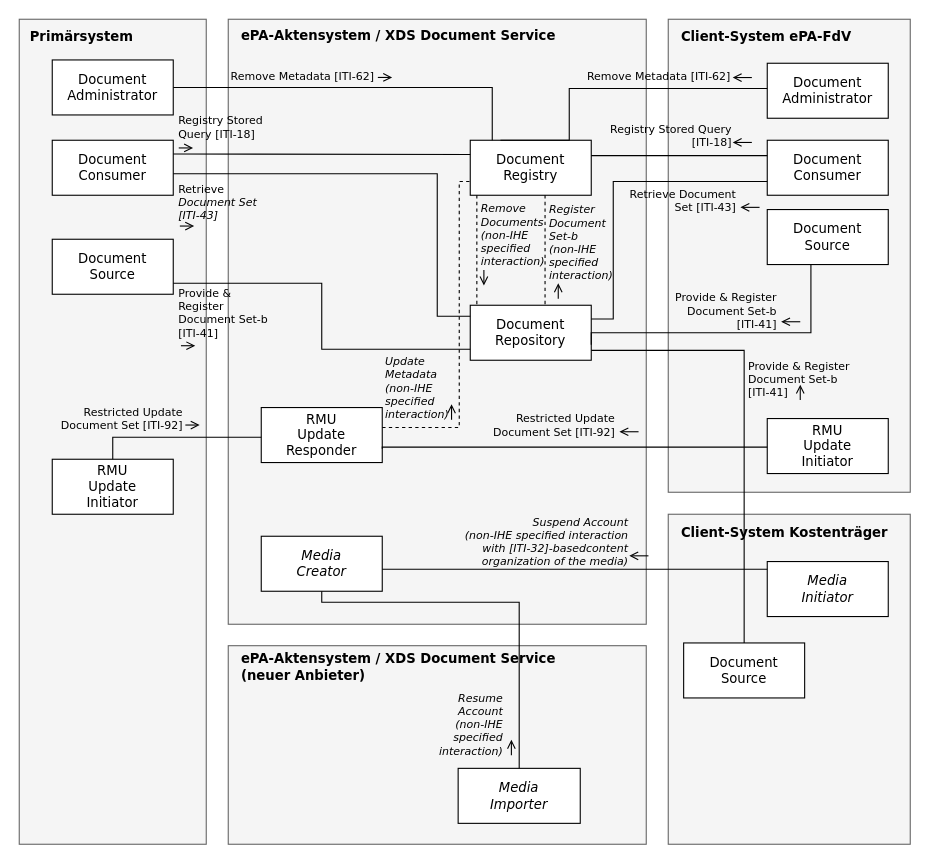
Before: page "Page-1" (1 of 2) of src/drawio/IHE-XDS-Transaktionsübersicht.drawio in gematik/ePA-Basic, a draw.io diagram. Source tidied: cells renumbered, new cells numbered last; positions are measured from the earlier drawing's top-left corner, leaving out a move shared by most shapes. Both pictures are drawn from the tidied source at 110%, with x=0, y=0 at pixel (19, 19).
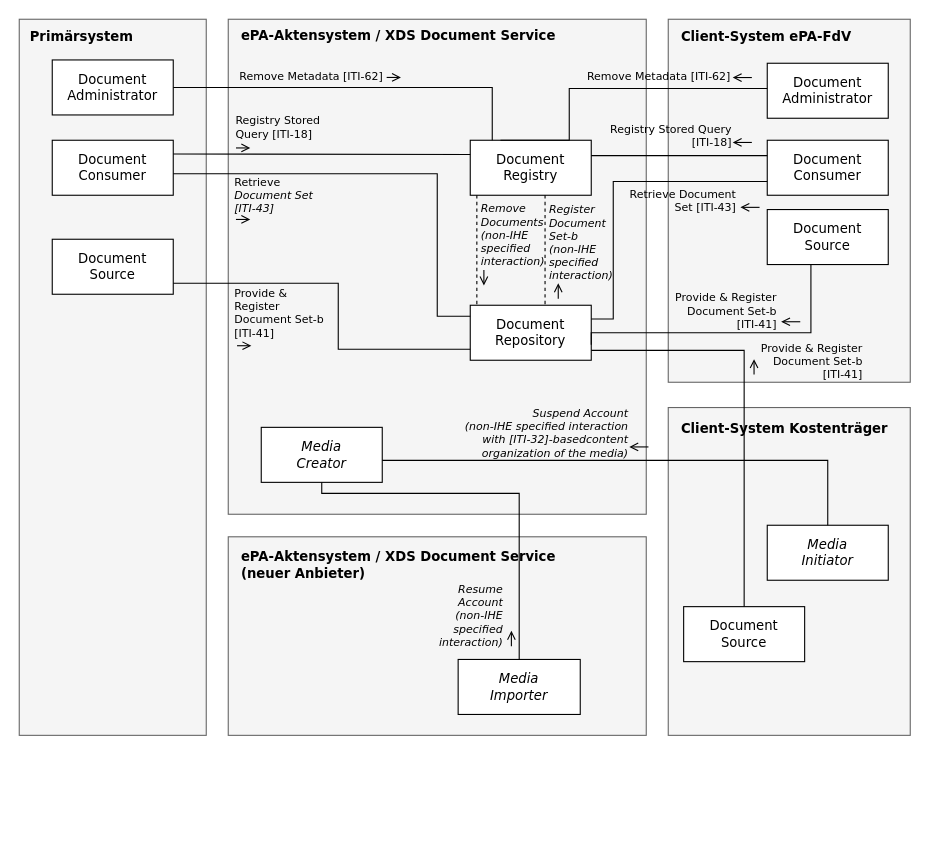
The same page after the edit.

The change refers to these unchanged cells:
```xml
<mxCell id="17" value="Document&lt;br&gt;Registry" style="html=1;whiteSpace=wrap;fontFamily=Verdana;" parent="1" vertex="1">
  <mxGeometry x="410" y="110" width="110" height="50" as="geometry" />
</mxCell>
```

Diff of the diagram source:
```diff
@@
     <mxCell id="2" style="rounded=0;whiteSpace=wrap;html=1;align=center;labelPosition=center;verticalLabelPosition=middle;verticalAlign=middle;fillColor=#f5f5f5;fontColor=#333333;strokeColor=#666666;fontFamily=Verdana;" parent="1" vertex="1">
-      <mxGeometry x="190" y="569.5" width="380" height="180.5" as="geometry" />
+      <mxGeometry x="190" y="470.5" width="380" height="180.5" as="geometry" />
     </mxCell>
     <mxCell id="3" style="rounded=0;whiteSpace=wrap;html=1;align=center;labelPosition=center;verticalLabelPosition=middle;verticalAlign=middle;fillColor=#F5F5F5;fontColor=#333333;strokeColor=#666666;fontFamily=Verdana;" parent="1" vertex="1">
-      <mxGeometry width="170" height="750" as="geometry" />
+      <mxGeometry width="170" height="651" as="geometry" />
     </mxCell>
@@
     <mxCell id="5" style="rounded=0;whiteSpace=wrap;html=1;align=center;labelPosition=center;verticalLabelPosition=middle;verticalAlign=middle;fillColor=#F5F5F5;fontColor=#333333;strokeColor=#666666;fontFamily=Verdana;" parent="1" vertex="1">
-      <mxGeometry x="190" width="380" height="550" as="geometry" />
+      <mxGeometry x="190" width="380" height="450" as="geometry" />
     </mxCell>
@@
     <mxCell id="7" style="rounded=0;whiteSpace=wrap;html=1;align=center;labelPosition=center;verticalLabelPosition=middle;verticalAlign=middle;fillColor=#F5F5F5;fontColor=#333333;strokeColor=#666666;fontFamily=Verdana;" parent="1" vertex="1">
-      <mxGeometry x="590" width="220" height="430" as="geometry" />
+      <mxGeometry x="590" width="220" height="330" as="geometry" />
     </mxCell>
@@
     <mxCell id="9" style="rounded=0;whiteSpace=wrap;html=1;align=center;labelPosition=center;verticalLabelPosition=middle;verticalAlign=middle;fillColor=#F5F5F5;fontColor=#333333;strokeColor=#666666;fontFamily=Verdana;" parent="1" vertex="1">
-      <mxGeometry x="590" y="450" width="220" height="300" as="geometry" />
+      <mxGeometry x="590" y="353" width="220" height="298" as="geometry" />
     </mxCell>
     <mxCell id="10" value="Client-System Kostenträger" style="text;html=1;strokeColor=none;fillColor=none;align=left;verticalAlign=middle;whiteSpace=wrap;rounded=0;fontStyle=1;fontFamily=Verdana;" parent="1" vertex="1">
-      <mxGeometry x="600" y="452" width="210" height="30" as="geometry" />
+      <mxGeometry x="600" y="358" width="210" height="30" as="geometry" />
     </mxCell>
@@
     <mxCell id="15" value="Document&lt;br&gt;Source" style="html=1;whiteSpace=wrap;fontFamily=Verdana;" parent="1" vertex="1">
-      <mxGeometry x="604" y="567" width="110" height="50" as="geometry" />
+      <mxGeometry x="604" y="534" width="110" height="50" as="geometry" />
     </mxCell>
     <mxCell id="16" value="ePA-Aktensystem / XDS Document Service &lt;br&gt;(neuer Anbieter)" style="text;html=1;strokeColor=none;fillColor=none;align=left;verticalAlign=middle;whiteSpace=wrap;rounded=0;fontStyle=1;fontFamily=Verdana;" parent="1" vertex="1">
-      <mxGeometry x="200" y="574" width="349" height="30" as="geometry" />
+      <mxGeometry x="200" y="481" width="349" height="30" as="geometry" />
     </mxCell>
@@
-    <mxCell id="19" value="RMU &lt;br&gt;Update&lt;br&gt;Responder" style="html=1;whiteSpace=wrap;fontFamily=Verdana;" parent="1" vertex="1">
-      <mxGeometry x="220" y="353" width="110" height="50" as="geometry" />
-    </mxCell>
-    <mxCell id="20" value="RMU &lt;br&gt;Update &lt;br&gt;Initiator" style="html=1;whiteSpace=wrap;fontFamily=Verdana;" parent="1" vertex="1">
-      <mxGeometry x="30" y="400" width="110" height="50" as="geometry" />
-    </mxCell>
-    <mxCell id="21" value="RMU&lt;br&gt;Update&lt;br&gt;Initiator" style="html=1;whiteSpace=wrap;fontFamily=Verdana;" parent="1" vertex="1">
-      <mxGeometry x="680" y="363" width="110" height="50" as="geometry" />
-    </mxCell>
@@
     <mxCell id="23" value="Media&lt;br&gt;Importer" style="html=1;whiteSpace=wrap;fontStyle=2;fontFamily=Verdana;" parent="1" vertex="1">
-      <mxGeometry x="399" y="681" width="111" height="50" as="geometry" />
+      <mxGeometry x="399" y="582" width="111" height="50" as="geometry" />
     </mxCell>
     <mxCell id="24" value="Media&lt;br&gt;Initiator" style="html=1;whiteSpace=wrap;fontStyle=2;fontFamily=Verdana;" parent="1" vertex="1">
-      <mxGeometry x="680" y="493" width="110" height="50" as="geometry" />
+      <mxGeometry x="680" y="460" width="110" height="50" as="geometry" />
     </mxCell>
@@
-    <mxCell id="29" style="endArrow=none;dashed=1;html=1;rounded=0;edgeStyle=elbowEdgeStyle;entryX=0;entryY=0.75;entryDx=0;entryDy=0;exitX=1;exitY=0.364;exitDx=0;exitDy=0;exitPerimeter=0;fontFamily=Verdana;" parent="1" edge="1" source="19" target="17">
-      <mxGeometry relative="1" as="geometry">
-        <Array as="points">
-          <mxPoint x="400" y="250" />
-        </Array>
-      </mxGeometry>
-    </mxCell>
-    <mxCell id="30" value="Update&lt;br&gt;Metadata&lt;br&gt;(non-IHE&lt;br&gt;specified&lt;br&gt;interaction)" style="text;html=1;strokeColor=none;fillColor=none;align=left;verticalAlign=middle;whiteSpace=wrap;rounded=0;fontStyle=2;fontSize=10;fontFamily=Verdana;" parent="1" vertex="1">
-      <mxGeometry x="331" y="320" width="60" height="30" as="geometry" />
-    </mxCell>
-    <mxCell id="31" style="endArrow=open;html=1;rounded=0;endFill=0;jumpSize=4;fontFamily=Verdana;" parent="1" edge="1">
-      <mxGeometry relative="1" as="geometry">
-        <mxPoint x="393" y="364" as="sourcePoint" />
-        <mxPoint x="393" y="350" as="targetPoint" />
-      </mxGeometry>
-    </mxCell>
@@
-    <mxCell id="45" style="endArrow=none;html=1;rounded=0;edgeStyle=elbowEdgeStyle;elbow=vertical;exitX=1;exitY=0.75;exitDx=0;exitDy=0;fontFamily=Verdana;" parent="1" edge="1" source="19" target="21">
-      <mxGeometry relative="1" as="geometry">
-        <Array as="points">
-          <mxPoint x="465" y="389" />
-        </Array>
-      </mxGeometry>
-    </mxCell>
-    <mxCell id="46" value="Restricted Update&lt;br&gt;Document Set [ITI-92]" style="text;html=1;strokeColor=none;fillColor=none;align=right;verticalAlign=middle;whiteSpace=wrap;rounded=0;fontStyle=0;fontSize=10;fontFamily=Verdana;" parent="1" vertex="1">
-      <mxGeometry x="420" y="354" width="124" height="30" as="geometry" />
-    </mxCell>
-    <mxCell id="47" style="endArrow=open;html=1;rounded=0;endFill=0;jumpSize=4;entryX=0.999;entryY=0.169;entryDx=0;entryDy=0;entryPerimeter=0;fontFamily=Verdana;" parent="1" edge="1">
-      <mxGeometry relative="1" as="geometry">
-        <mxPoint x="563" y="375" as="sourcePoint" />
-        <mxPoint x="545.6" y="375" as="targetPoint" />
-      </mxGeometry>
-    </mxCell>
@@
     <mxCell id="49" value="Resume&lt;br&gt;Account&lt;br&gt;(non-IHE&lt;br&gt;specified&lt;br&gt;interaction)" style="text;html=1;strokeColor=none;fillColor=none;align=right;verticalAlign=middle;whiteSpace=wrap;rounded=0;fontStyle=2;fontSize=10;fontFamily=Verdana;" parent="1" vertex="1">
-      <mxGeometry x="382" y="626" width="60" height="30" as="geometry" />
+      <mxGeometry x="382" y="527" width="60" height="30" as="geometry" />
     </mxCell>
     <mxCell id="50" style="endArrow=open;html=1;rounded=0;endFill=0;jumpSize=4;fontFamily=Verdana;" parent="1" edge="1">
       <mxGeometry relative="1" as="geometry">
-        <mxPoint x="447.4" y="669" as="sourcePoint" />
-        <mxPoint x="447.4" y="655" as="targetPoint" />
+        <mxPoint x="447.4" y="570" as="sourcePoint" />
+        <mxPoint x="447.4" y="556" as="targetPoint" />
       </mxGeometry>
     </mxCell>
     <mxCell id="51" value="Media&lt;br&gt;Creator" style="html=1;whiteSpace=wrap;fontStyle=2;fontFamily=Verdana;" parent="1" vertex="1">
-      <mxGeometry x="220" y="470" width="110" height="50" as="geometry" />
+      <mxGeometry x="220" y="371" width="110" height="50" as="geometry" />
     </mxCell>
     <mxCell id="52" style="endArrow=none;html=1;rounded=0;edgeStyle=elbowEdgeStyle;elbow=vertical;fontFamily=Verdana;" parent="1" edge="1" source="51" target="24">
       <mxGeometry relative="1" as="geometry">
         <Array as="points">
-          <mxPoint x="550" y="500" />
+          <mxPoint x="550" y="401" />
         </Array>
       </mxGeometry>
     </mxCell>
     <mxCell id="53" value="Suspend Account&lt;br&gt;(non-IHE specified interaction &lt;br&gt;with [ITI-32]-basedcontent&lt;br&gt;organization of the media)" style="text;html=1;strokeColor=none;fillColor=none;align=right;verticalAlign=middle;whiteSpace=wrap;rounded=0;fontStyle=2;fontSize=10;fontFamily=Verdana;" parent="1" vertex="1">
-      <mxGeometry x="326" y="460" width="230" height="30" as="geometry" />
+      <mxGeometry x="326" y="361" width="230" height="30" as="geometry" />
     </mxCell>
     <mxCell id="54" style="endArrow=open;html=1;rounded=0;endFill=0;jumpSize=4;entryX=0.999;entryY=0.169;entryDx=0;entryDy=0;entryPerimeter=0;fontFamily=Verdana;" parent="1" edge="1">
       <mxGeometry relative="1" as="geometry">
-        <mxPoint x="572" y="487.8" as="sourcePoint" />
-        <mxPoint x="554.6" y="487.8" as="targetPoint" />
+        <mxPoint x="572" y="388.8" as="sourcePoint" />
+        <mxPoint x="554.6" y="388.8" as="targetPoint" />
       </mxGeometry>
     </mxCell>
     <mxCell id="55" style="endArrow=none;html=1;rounded=0;edgeStyle=elbowEdgeStyle;elbow=vertical;fontFamily=Verdana;" parent="1" edge="1" source="51" target="23">
       <mxGeometry relative="1" as="geometry">
         <Array as="points">
-          <mxPoint x="360" y="530" />
+          <mxPoint x="360" y="431" />
         </Array>
       </mxGeometry>
     </mxCell>
@@
-    <mxCell id="58" value="Provide &amp;amp; Register&lt;br&gt;Document Set-b&lt;br&gt;[ITI-41]" style="text;html=1;strokeColor=none;fillColor=none;align=left;verticalAlign=middle;whiteSpace=wrap;rounded=0;fontStyle=0;fontSize=10;fontFamily=Verdana;" parent="1" vertex="1">
-      <mxGeometry x="661" y="312" width="111" height="30" as="geometry" />
-    </mxCell>
-    <mxCell id="59" style="endArrow=open;html=1;rounded=0;endFill=0;jumpSize=4;align=left;fontFamily=Verdana;" parent="1" edge="1">
-      <mxGeometry relative="1" as="geometry">
-        <mxPoint x="710" y="346.2" as="sourcePoint" />
-        <mxPoint x="710" y="332.2" as="targetPoint" />
-      </mxGeometry>
-    </mxCell>
     <mxCell id="60" style="endArrow=none;html=1;rounded=0;edgeStyle=elbowEdgeStyle;exitX=1;exitY=0.5;exitDx=0;exitDy=0;fontFamily=Verdana;" parent="1" edge="1">
       <mxGeometry relative="1" as="geometry">
         <mxPoint x="140" y="240" as="sourcePoint" />
         <mxPoint x="410" y="300" as="targetPoint" />
+        <Array as="points">
+          <mxPoint x="290" y="270" />
+        </Array>
       </mxGeometry>
     </mxCell>
@@
     <mxCell id="62" value="Remove Metadata [ITI-62]" style="text;html=1;strokeColor=none;fillColor=none;align=right;verticalAlign=middle;whiteSpace=wrap;rounded=0;fontStyle=0;fontSize=10;fontFamily=Verdana;" parent="1" vertex="1">
-      <mxGeometry x="180" y="37" width="145" height="30" as="geometry" />
+      <mxGeometry x="188" y="37" width="145" height="30" as="geometry" />
     </mxCell>
     <mxCell id="63" style="endArrow=open;html=1;rounded=0;endFill=0;fontFamily=Verdana;" parent="1" edge="1">
       <mxGeometry relative="1" as="geometry">
-        <mxPoint x="326" y="52.9" as="sourcePoint" />
-        <mxPoint x="339" y="52.9" as="targetPoint" />
+        <mxPoint x="334" y="52.9" as="sourcePoint" />
+        <mxPoint x="347" y="52.9" as="targetPoint" />
       </mxGeometry>
     </mxCell>
-    <mxCell id="64" style="endArrow=none;html=1;rounded=0;edgeStyle=elbowEdgeStyle;fontFamily=Verdana;" parent="1" edge="1" source="20" target="19">
-      <mxGeometry relative="1" as="geometry">
-        <Array as="points">
-          <mxPoint x="85" y="380" />
-        </Array>
-      </mxGeometry>
-    </mxCell>
-    <mxCell id="65" value="Restricted Update&lt;br&gt;Document Set [ITI-92]" style="text;html=1;strokeColor=none;fillColor=none;align=right;verticalAlign=middle;whiteSpace=wrap;rounded=0;fontStyle=0;fontSize=10;fontFamily=Verdana;" parent="1" vertex="1">
-      <mxGeometry x="30" y="348" width="121" height="30" as="geometry" />
-    </mxCell>
-    <mxCell id="66" style="endArrow=open;html=1;rounded=0;endFill=0;fontFamily=Verdana;" parent="1" edge="1">
-      <mxGeometry relative="1" as="geometry">
-        <mxPoint x="151" y="368.9" as="sourcePoint" />
-        <mxPoint x="164" y="368.9" as="targetPoint" />
-      </mxGeometry>
-    </mxCell>
@@
     <mxCell id="69" value="Registry Stored&lt;br&gt;Query [ITI-18]" style="text;html=1;strokeColor=none;fillColor=none;align=left;verticalAlign=middle;whiteSpace=wrap;rounded=0;fontStyle=0;fontSize=10;fontFamily=Verdana;" parent="1" vertex="1">
-      <mxGeometry x="143" y="83" width="130" height="30" as="geometry" />
+      <mxGeometry x="195" y="83" width="130" height="30" as="geometry" />
     </mxCell>
     <mxCell id="70" value="Retrieve&lt;br&gt;&lt;span style=&quot;font-style: italic;&quot;&gt;Document Set&lt;br&gt;&lt;/span&gt;&lt;span style=&quot;font-style: italic;&quot;&gt;[ITI-43]&lt;/span&gt;" style="text;html=1;strokeColor=none;fillColor=none;align=left;verticalAlign=middle;whiteSpace=wrap;rounded=0;fontStyle=0;fontSize=10;fontFamily=Verdana;" parent="1" vertex="1">
-      <mxGeometry x="143" y="151" width="130" height="30" as="geometry" />
+      <mxGeometry x="194" y="145" width="130" height="30" as="geometry" />
     </mxCell>
     <mxCell id="71" style="endArrow=open;html=1;rounded=0;endFill=0;fontFamily=Verdana;" parent="1" edge="1">
       <mxGeometry relative="1" as="geometry">
-        <mxPoint x="145" y="117" as="sourcePoint" />
-        <mxPoint x="158" y="117" as="targetPoint" />
+        <mxPoint x="197" y="117" as="sourcePoint" />
+        <mxPoint x="210" y="117" as="targetPoint" />
       </mxGeometry>
     </mxCell>
     <mxCell id="72" style="endArrow=open;html=1;rounded=0;endFill=0;fontFamily=Verdana;" parent="1" edge="1">
       <mxGeometry relative="1" as="geometry">
-        <mxPoint x="146" y="188" as="sourcePoint" />
-        <mxPoint x="159" y="188" as="targetPoint" />
+        <mxPoint x="197" y="182" as="sourcePoint" />
+        <mxPoint x="210" y="182" as="targetPoint" />
       </mxGeometry>
     </mxCell>
     <mxCell id="73" value="Provide &amp;amp;&lt;br&gt;Register&lt;br&gt;Document Set-b&lt;br&gt;[ITI-41]" style="text;html=1;strokeColor=none;fillColor=none;align=left;verticalAlign=middle;whiteSpace=wrap;rounded=0;fontStyle=0;fontSize=10;fontFamily=Verdana;" parent="1" vertex="1">
-      <mxGeometry x="143" y="252" width="97" height="30" as="geometry" />
+      <mxGeometry x="194" y="252" width="97" height="30" as="geometry" />
     </mxCell>
     <mxCell id="74" style="endArrow=open;html=1;rounded=0;endFill=0;fontFamily=Verdana;" parent="1" edge="1">
       <mxGeometry relative="1" as="geometry">
-        <mxPoint x="147" y="296.8" as="sourcePoint" />
-        <mxPoint x="160" y="296.8" as="targetPoint" />
+        <mxPoint x="198" y="296.8" as="sourcePoint" />
+        <mxPoint x="211" y="296.8" as="targetPoint" />
       </mxGeometry>
     </mxCell>
+    <mxCell id="75" style="endArrow=open;html=1;rounded=0;endFill=0;jumpSize=4;fontFamily=Verdana;" parent="1" edge="1">
+      <mxGeometry relative="1" as="geometry">
+        <mxPoint x="668" y="323" as="sourcePoint" />
+        <mxPoint x="668" y="309" as="targetPoint" />
+      </mxGeometry>
+    </mxCell>
+    <mxCell id="58" value="Provide &amp;amp; Register&lt;br&gt;Document Set-b&lt;br&gt;[ITI-41]" style="text;html=1;strokeColor=none;fillColor=none;align=right;verticalAlign=middle;whiteSpace=wrap;rounded=0;fontStyle=0;fontSize=10;fontFamily=Verdana;" parent="1" vertex="1">
+      <mxGeometry x="658" y="296" width="111" height="30" as="geometry" />
+    </mxCell>
```
